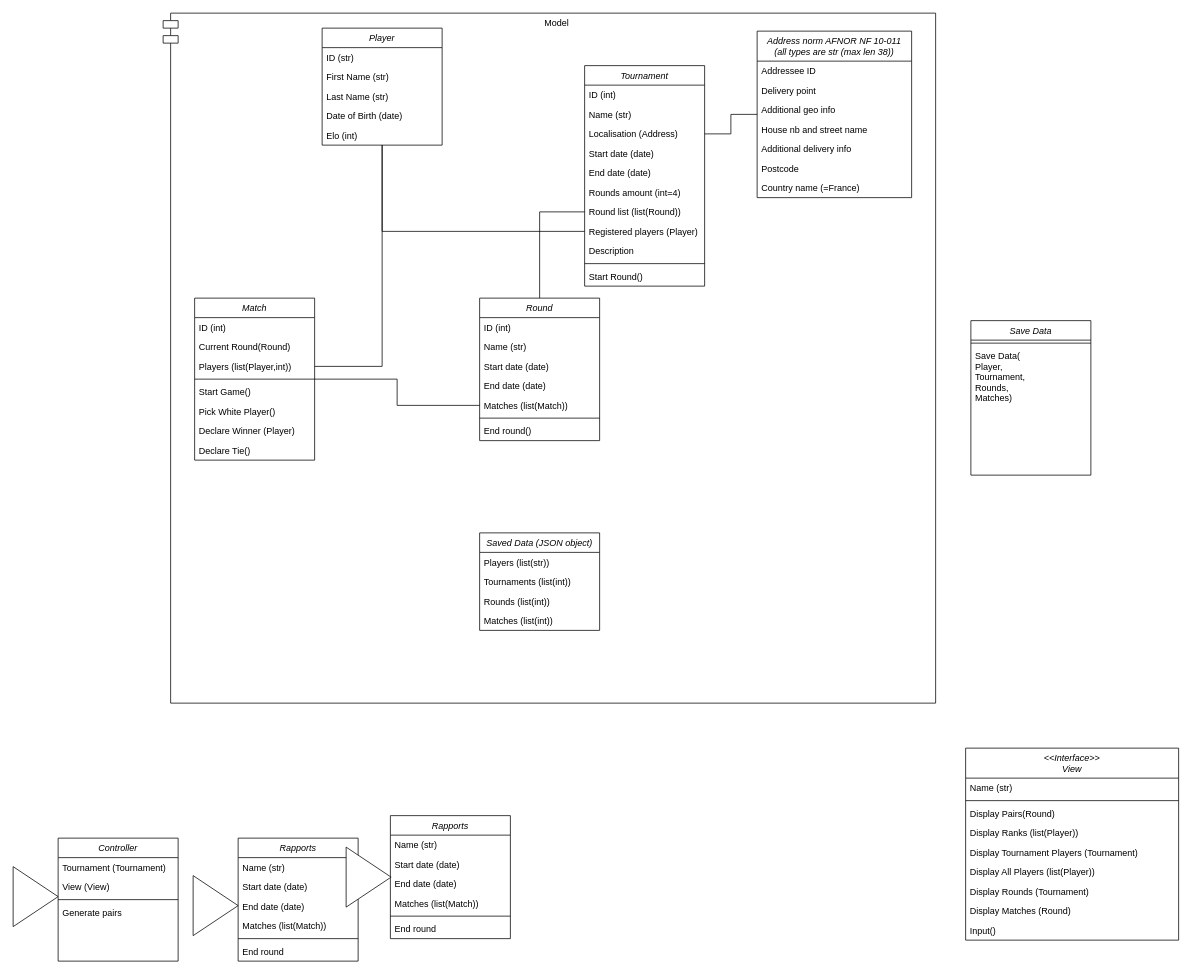
The draw.io diagram OC4-Class-Diagram.drawio in AlyxEugenot/OC-Courses, before the edit. Source tidied: cells renumbered, new cells numbered last; positions are measured from the earlier drawing's top-left corner, leaving out a move shared by most shapes. Both pictures are drawn from the tidied source at 75%, with x=0, y=0 at pixel (13, 13).
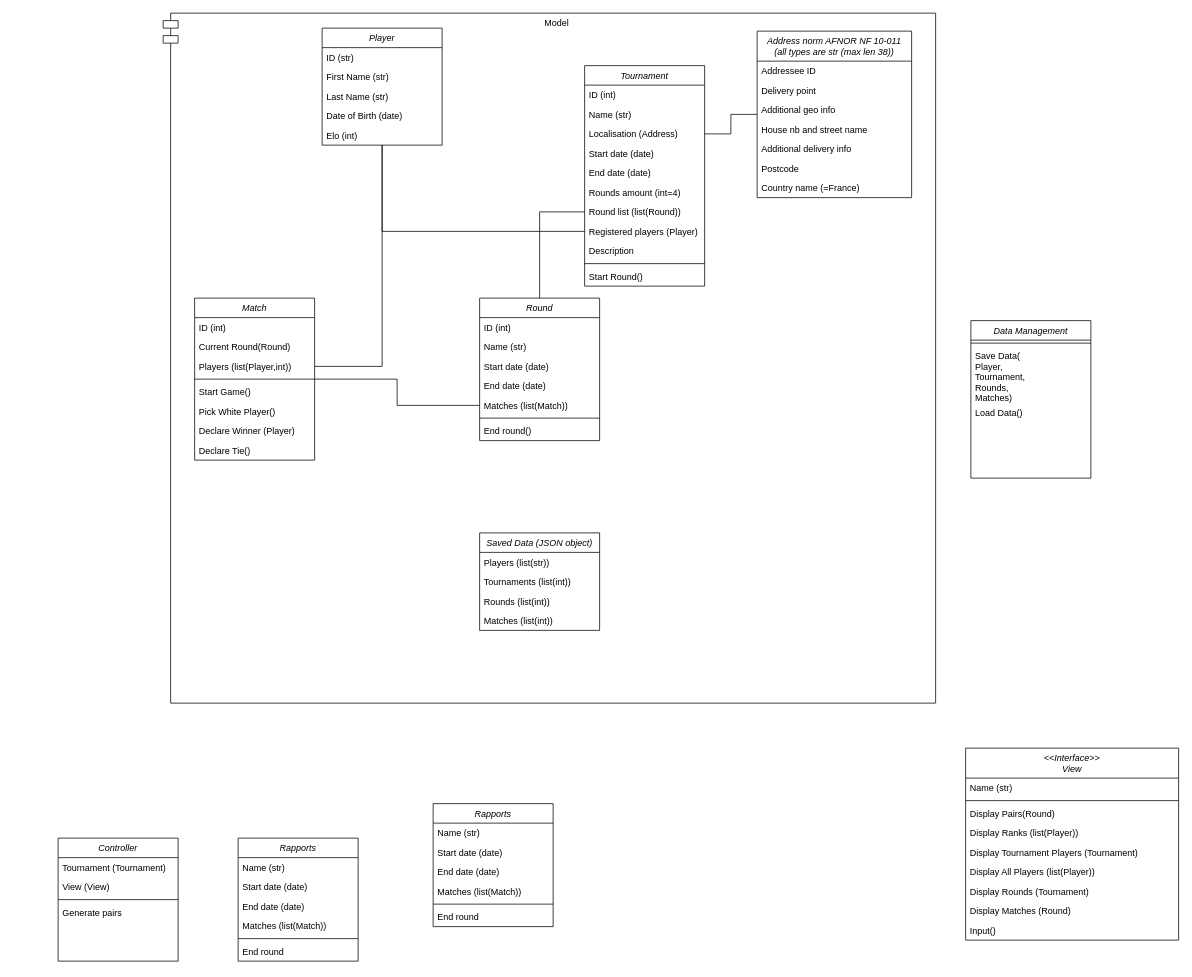
After the change.

Commit message:
Mettre à jour OC4-Class-Diagram.drawio

The edit, as a diff of the source:
```diff
@@
     <mxCell id="58" value="Rapports" style="swimlane;fontStyle=2;align=center;verticalAlign=top;horizontal=1;startSize=26;rounded=0;shadow=0;strokeWidth=1;" parent="1" vertex="1">
-      <mxGeometry x="503" y="1070" width="160" height="164" as="geometry" />
+      <mxGeometry x="560" y="1054" width="160" height="164" as="geometry" />
     </mxCell>
@@
-    <mxCell id="80" style="triangle;whiteSpace=wrap;html=1;" parent="1" vertex="1">
-      <mxGeometry x="444" y="1112" width="60" height="80" as="geometry" />
-    </mxCell>
-    <mxCell id="81" style="triangle;whiteSpace=wrap;html=1;" parent="1" vertex="1">
-      <mxGeometry x="240" y="1150" width="60" height="80" as="geometry" />
-    </mxCell>
-    <mxCell id="82" style="triangle;whiteSpace=wrap;html=1;" parent="1" vertex="1">
-      <mxGeometry y="1138" width="60" height="80" as="geometry" />
-    </mxCell>
-    <mxCell id="83" value="Save Data" style="swimlane;fontStyle=2;align=center;verticalAlign=top;horizontal=1;startSize=26;rounded=0;shadow=0;strokeWidth=1;" parent="1" vertex="1">
-      <mxGeometry x="1277" y="410" width="160" height="206" as="geometry" />
+    <mxCell id="83" value="Data Management" style="swimlane;fontStyle=2;align=center;verticalAlign=top;horizontal=1;startSize=26;rounded=0;shadow=0;strokeWidth=1;" parent="1" vertex="1">
+      <mxGeometry x="1277" y="410" width="160" height="210" as="geometry" />
     </mxCell>
@@
     <mxCell id="85" value="Save Data(&#10;Player, &#10;Tournament,&#10;Rounds,&#10;Matches)" style="text;align=left;verticalAlign=top;spacingLeft=4;spacingRight=4;overflow=hidden;rounded=0;shadow=0;html=0;" parent="83" vertex="1">
-      <mxGeometry y="34" width="160" height="88" as="geometry" />
+      <mxGeometry y="34" width="160" height="76" as="geometry" />
     </mxCell>
+    <mxCell id="91" value="Load Data()" style="text;align=left;verticalAlign=top;spacingLeft=4;spacingRight=4;overflow=hidden;rounded=0;shadow=0;html=0;" parent="83" vertex="1">
+      <mxGeometry y="110" width="160" height="28" as="geometry" />
+    </mxCell>
```
